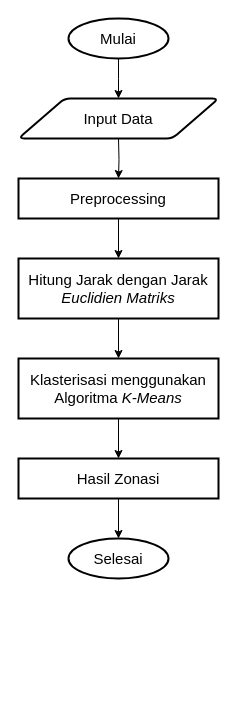
NayaRPL/bebas keeps this draw.io diagram as page "Halaman-5" (5 of 6) of Diagram Tanpa Judul.drawio. Above is the earlier version. Source tidied: cells renumbered, new cells numbered last; positions are measured from the earlier drawing's top-left corner, leaving out a move shared by most shapes. Both pictures are drawn from the tidied source at 100%, with x=0, y=0 at pixel (18, 18).
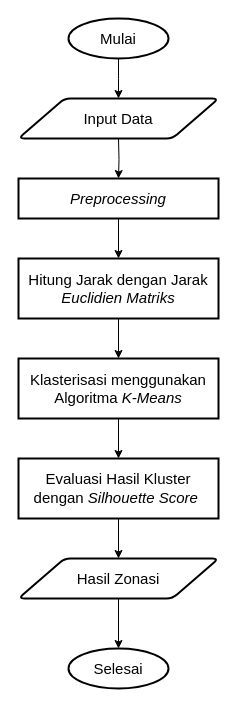
After the change.

Change to the diagram source:
```diff
@@
 <mxGraphModel>
   <root>
     <mxCell id="0" />
     <mxCell id="1" parent="0" />
     <mxCell id="2" style="edgeStyle=orthogonalEdgeStyle;rounded=0;jettySize=auto;html=1;exitX=0.5;exitY=1;exitDx=0;exitDy=0;exitPerimeter=0;entryX=0.5;entryY=0;entryDx=0;entryDy=0;" parent="1" edge="1" source="3">
       <mxGeometry relative="1" as="geometry">
         <mxPoint x="100" y="80" as="targetPoint" />
       </mxGeometry>
     </mxCell>
     <mxCell id="3" value="&lt;font style=&quot;font-size: 15px;&quot;&gt;Mulai&lt;/font&gt;" style="strokeWidth=2;html=1;shape=mxgraph.flowchart.start_1;whiteSpace=wrap;" parent="1" vertex="1">
       <mxGeometry x="50" width="100" height="40" as="geometry" />
     </mxCell>
     <mxCell id="4" style="edgeStyle=orthogonalEdgeStyle;rounded=0;jettySize=auto;html=1;exitX=0.5;exitY=1;exitDx=0;exitDy=0;entryX=0.5;entryY=0;entryDx=0;entryDy=0;" parent="1" edge="1" target="6">
       <mxGeometry relative="1" as="geometry">
         <mxPoint x="100" y="120" as="sourcePoint" />
       </mxGeometry>
     </mxCell>
     <mxCell id="5" style="edgeStyle=orthogonalEdgeStyle;rounded=0;jettySize=auto;html=1;exitX=0.5;exitY=1;exitDx=0;exitDy=0;entryX=0.5;entryY=0;entryDx=0;entryDy=0;" parent="1" edge="1" source="6" target="8">
       <mxGeometry relative="1" as="geometry" />
     </mxCell>
-    <mxCell id="6" value="&lt;font style=&quot;font-size: 15px;&quot;&gt;Preprocessing&lt;/font&gt;" style="rounded=0;whiteSpace=wrap;html=1;absoluteArcSize=1;arcSize=14;strokeWidth=2;" parent="1" vertex="1">
+    <mxCell id="6" value="&lt;font style=&quot;font-size: 15px;&quot;&gt;&lt;i&gt;Preprocessing&lt;/i&gt;&lt;/font&gt;" style="rounded=0;whiteSpace=wrap;html=1;absoluteArcSize=1;arcSize=14;strokeWidth=2;" parent="1" vertex="1">
       <mxGeometry y="160" width="200" height="40" as="geometry" />
     </mxCell>
     <mxCell id="7" style="edgeStyle=orthogonalEdgeStyle;rounded=0;jettySize=auto;html=1;exitX=0.5;exitY=1;exitDx=0;exitDy=0;entryX=0.5;entryY=0;entryDx=0;entryDy=0;" parent="1" edge="1" source="8" target="10">
       <mxGeometry relative="1" as="geometry" />
     </mxCell>
     <mxCell id="8" value="&lt;font style=&quot;font-size: 15px;&quot;&gt;Hitung Jarak dengan Jarak &lt;i&gt;Euclidien Matriks&lt;/i&gt;&lt;/font&gt;" style="rounded=0;whiteSpace=wrap;html=1;absoluteArcSize=1;arcSize=14;strokeWidth=2;" parent="1" vertex="1">
       <mxGeometry y="240" width="200" height="60" as="geometry" />
     </mxCell>
-    <mxCell id="9" style="edgeStyle=orthogonalEdgeStyle;rounded=0;jettySize=auto;html=1;exitX=0.5;exitY=1;exitDx=0;exitDy=0;entryX=0.5;entryY=0;entryDx=0;entryDy=0;" parent="1" edge="1" source="10" target="11">
-      <mxGeometry relative="1" as="geometry" />
-    </mxCell>
+    <mxCell id="15" style="edgeStyle=orthogonalEdgeStyle;rounded=0;jettySize=auto;html=1;exitX=0.5;exitY=1;exitDx=0;exitDy=0;entryX=0.5;entryY=0;entryDx=0;entryDy=0;" parent="1" edge="1" source="10" target="17">
+      <mxGeometry relative="1" as="geometry" />
+    </mxCell>
     <mxCell id="10" value="&lt;font style=&quot;font-size: 15px;&quot;&gt;Klasterisasi menggunakan Algoritma &lt;i&gt;K-Means&lt;/i&gt;&lt;/font&gt;" style="rounded=0;whiteSpace=wrap;html=1;absoluteArcSize=1;arcSize=14;strokeWidth=2;" parent="1" vertex="1">
       <mxGeometry y="340" width="200" height="60" as="geometry" />
     </mxCell>
+    <mxCell id="12" value="&lt;font style=&quot;font-size: 15px;&quot;&gt;Selesai&lt;/font&gt;" style="strokeWidth=2;html=1;shape=mxgraph.flowchart.start_1;whiteSpace=wrap;" parent="1" vertex="1">
+      <mxGeometry x="50" y="630" width="100" height="40" as="geometry" />
+    </mxCell>
+    <mxCell id="14" value="&lt;font style=&quot;font-size: 15px;&quot;&gt;Input Data&lt;/font&gt;" style="shape=parallelogram;html=1;strokeWidth=2;perimeter=parallelogramPerimeter;whiteSpace=wrap;rounded=1;arcSize=12;size=0.23;" parent="1" vertex="1">
+      <mxGeometry y="80" width="200" height="40" as="geometry" />
+    </mxCell>
+    <mxCell id="16" style="edgeStyle=orthogonalEdgeStyle;rounded=0;jettySize=auto;html=1;exitX=0.5;exitY=1;exitDx=0;exitDy=0;entryX=0.5;entryY=0;entryDx=0;entryDy=0;" parent="1" edge="1" source="17" target="11">
+      <mxGeometry relative="1" as="geometry" />
+    </mxCell>
+    <mxCell id="17" value="&lt;span style=&quot;font-size: 15px;&quot;&gt;Evaluasi Hasil Kluster dengan&amp;nbsp;&lt;/span&gt;&lt;font style=&quot;&quot;&gt;&lt;font style=&quot;font-size: 15px;&quot;&gt;&lt;i&gt;Silhouette Score&lt;/i&gt;&lt;/font&gt;&lt;span style=&quot;font-size: 16px;&quot;&gt;&amp;nbsp;&lt;/span&gt;&lt;/font&gt;" style="rounded=0;whiteSpace=wrap;html=1;absoluteArcSize=1;arcSize=14;strokeWidth=2;" parent="1" vertex="1">
+      <mxGeometry y="440" width="200" height="60" as="geometry" />
+    </mxCell>
-    <mxCell id="11" value="&lt;font style=&quot;font-size: 15px;&quot;&gt;Hasil Zonasi&lt;/font&gt;" style="rounded=0;whiteSpace=wrap;html=1;absoluteArcSize=1;arcSize=14;strokeWidth=2;" parent="1" vertex="1">
-      <mxGeometry y="440" width="200" height="40" as="geometry" />
+    <mxCell id="11" value="&lt;font style=&quot;font-size: 15px;&quot;&gt;Hasil Zonasi&lt;/font&gt;" style="shape=parallelogram;html=1;strokeWidth=2;perimeter=parallelogramPerimeter;whiteSpace=wrap;rounded=1;arcSize=12;size=0.23;" parent="1" vertex="1">
+      <mxGeometry y="540" width="200" height="40" as="geometry" />
     </mxCell>
-    <mxCell id="12" value="&lt;font style=&quot;font-size: 15px;&quot;&gt;Selesai&lt;/font&gt;" style="strokeWidth=2;html=1;shape=mxgraph.flowchart.start_1;whiteSpace=wrap;" parent="1" vertex="1">
-      <mxGeometry x="50" y="520" width="100" height="40" as="geometry" />
-    </mxCell>
     <mxCell id="13" style="edgeStyle=orthogonalEdgeStyle;rounded=0;jettySize=auto;html=1;exitX=0.5;exitY=1;exitDx=0;exitDy=0;entryX=0.5;entryY=0;entryDx=0;entryDy=0;entryPerimeter=0;" parent="1" edge="1" source="11" target="12">
       <mxGeometry relative="1" as="geometry" />
     </mxCell>
-    <mxCell id="14" value="&lt;font style=&quot;font-size: 15px;&quot;&gt;Input Data&lt;/font&gt;" style="shape=parallelogram;html=1;strokeWidth=2;perimeter=parallelogramPerimeter;whiteSpace=wrap;rounded=1;arcSize=12;size=0.23;" parent="1" vertex="1">
-      <mxGeometry y="80" width="200" height="40" as="geometry" />
-    </mxCell>
   </root>
 </mxGraphModel>
```
